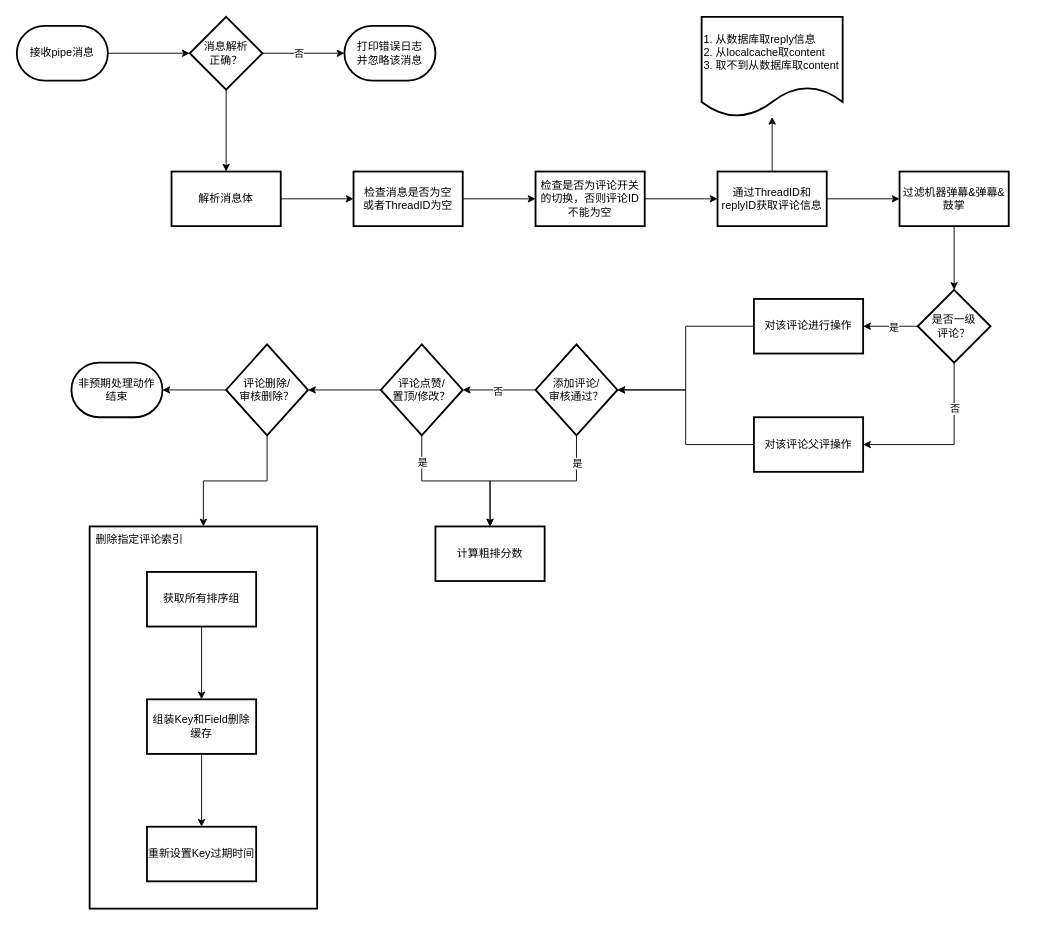
The draw.io diagram Comment/评论粗排_流程图.drawio in Mrssqin/draw, before the edit. Source tidied: cells renumbered, new cells numbered last; positions are measured from the earlier drawing's top-left corner, leaving out a move shared by most shapes. Both pictures are drawn from the tidied source at 91%, with x=0, y=0 at pixel (16, 16).
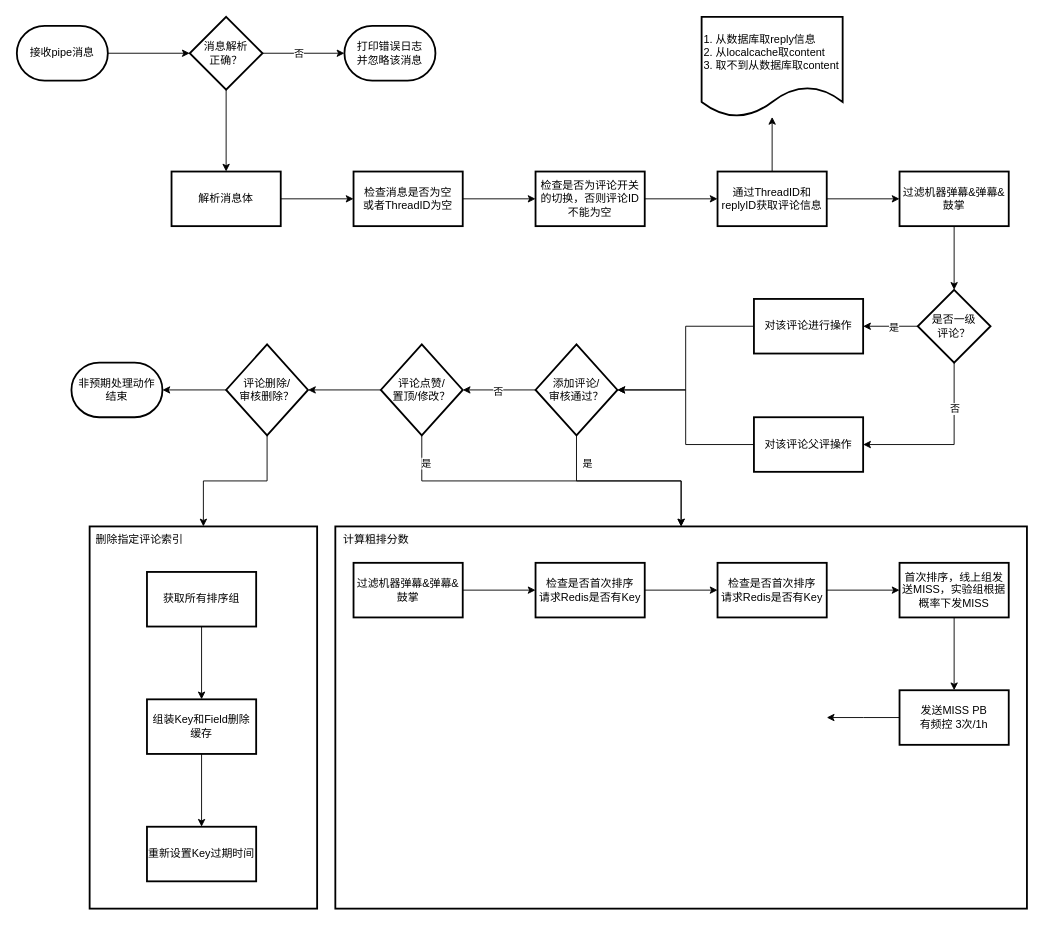
The same page after the edit.

Commit message:
更新评论粗排_流程图.drawio

Unchanged cells that the change refers to:
```xml
<mxCell id="30" style="edgeStyle=orthogonalEdgeStyle;rounded=0;jettySize=auto;html=1;" parent="1" edge="1" source="34" target="35">
  <mxGeometry relative="1" as="geometry" />
</mxCell>
<mxCell id="36" style="edgeStyle=orthogonalEdgeStyle;rounded=0;jettySize=auto;html=1;entryX=0.5;entryY=0;entryDx=0;entryDy=0;" parent="1" edge="1" source="39" target="35">
  <mxGeometry relative="1" as="geometry" />
</mxCell>
```

Diff of the diagram source:
```diff
@@
     <mxCell id="31" value="是" style="edgeLabel;html=1;align=center;verticalAlign=middle;" parent="30" vertex="1">
       <mxGeometry x="-0.2" y="-3" relative="1" as="geometry">
-        <mxPoint x="28" y="-17" as="offset" />
+        <mxPoint x="-25" y="-23" as="offset" />
       </mxGeometry>
     </mxCell>
@@
-    <mxCell id="35" value="计算粗排分数" style="whiteSpace=wrap;html=1;strokeWidth=2;" parent="1" vertex="1">
-      <mxGeometry x="460" y="560" width="120" height="60" as="geometry" />
+    <mxCell id="35" style="whiteSpace=wrap;html=1;strokeWidth=2;" parent="1" vertex="1">
+      <mxGeometry x="350" y="560" width="760" height="420" as="geometry" />
     </mxCell>
@@
     <mxCell id="37" value="是" style="edgeLabel;html=1;align=center;verticalAlign=middle;" parent="36" vertex="1">
-      <mxGeometry x="-0.67" relative="1" as="geometry" />
+      <mxGeometry x="-0.67" relative="1" as="geometry">
+        <mxPoint x="-10" y="-20" as="offset" />
+      </mxGeometry>
     </mxCell>
@@
+    <mxCell id="51" value="&lt;span style=&quot;color: rgb(0, 0, 0); font-family: Helvetica; font-size: 12px; font-style: normal; font-variant-ligatures: normal; font-variant-caps: normal; font-weight: 400; letter-spacing: normal; orphans: 2; text-align: center; text-indent: 0px; text-transform: none; widows: 2; word-spacing: 0px; -webkit-text-stroke-width: 0px; white-space: normal; background-color: rgb(251, 251, 251); text-decoration-thickness: initial; text-decoration-style: initial; text-decoration-color: initial; display: inline !important; float: none;&quot;&gt;计算粗排分数&lt;/span&gt;" style="text;html=1;align=center;verticalAlign=middle;whiteSpace=wrap;rounded=0;" parent="1" vertex="1">
+      <mxGeometry x="350" y="560" width="90" height="30" as="geometry" />
+    </mxCell>
+    <mxCell id="52" style="edgeStyle=orthogonalEdgeStyle;rounded=0;jettySize=auto;html=1;" parent="1" edge="1" source="53" target="55">
+      <mxGeometry relative="1" as="geometry" />
+    </mxCell>
+    <mxCell id="53" value="过滤机器弹幕&amp;amp;弹幕&amp;amp;鼓掌" style="whiteSpace=wrap;html=1;strokeWidth=2;" parent="1" vertex="1">
+      <mxGeometry x="370" y="600" width="120" height="60" as="geometry" />
+    </mxCell>
+    <mxCell id="54" style="edgeStyle=orthogonalEdgeStyle;rounded=0;jettySize=auto;html=1;" parent="1" edge="1" source="55" target="57">
+      <mxGeometry relative="1" as="geometry" />
+    </mxCell>
+    <mxCell id="55" value="检查是否首次排序&lt;div&gt;请求Redis是否有Key&lt;/div&gt;" style="whiteSpace=wrap;html=1;strokeWidth=2;" parent="1" vertex="1">
+      <mxGeometry x="570" y="600" width="120" height="60" as="geometry" />
+    </mxCell>
+    <mxCell id="56" style="edgeStyle=orthogonalEdgeStyle;rounded=0;jettySize=auto;html=1;" parent="1" edge="1" source="57" target="59">
+      <mxGeometry relative="1" as="geometry" />
+    </mxCell>
+    <mxCell id="57" value="检查是否首次排序&lt;div&gt;请求Redis是否有Key&lt;/div&gt;" style="whiteSpace=wrap;html=1;strokeWidth=2;" parent="1" vertex="1">
+      <mxGeometry x="770" y="600" width="120" height="60" as="geometry" />
+    </mxCell>
+    <mxCell id="58" style="edgeStyle=orthogonalEdgeStyle;rounded=0;jettySize=auto;html=1;" parent="1" edge="1" source="59" target="61">
+      <mxGeometry relative="1" as="geometry" />
+    </mxCell>
+    <mxCell id="59" value="首次排序，线上组发送MISS，实验组根据概率下发MISS" style="whiteSpace=wrap;html=1;strokeWidth=2;" parent="1" vertex="1">
+      <mxGeometry x="970" y="600" width="120" height="60" as="geometry" />
+    </mxCell>
+    <mxCell id="60" style="edgeStyle=orthogonalEdgeStyle;rounded=0;jettySize=auto;html=1;" parent="1" edge="1" source="61">
+      <mxGeometry relative="1" as="geometry">
+        <mxPoint x="890" y="770" as="targetPoint" />
+      </mxGeometry>
+    </mxCell>
+    <mxCell id="61" value="发送MISS PB&lt;div&gt;有频控 3次/1h&lt;/div&gt;" style="whiteSpace=wrap;html=1;strokeWidth=2;" parent="1" vertex="1">
+      <mxGeometry x="970" y="740" width="120" height="60" as="geometry" />
+    </mxCell>
```
